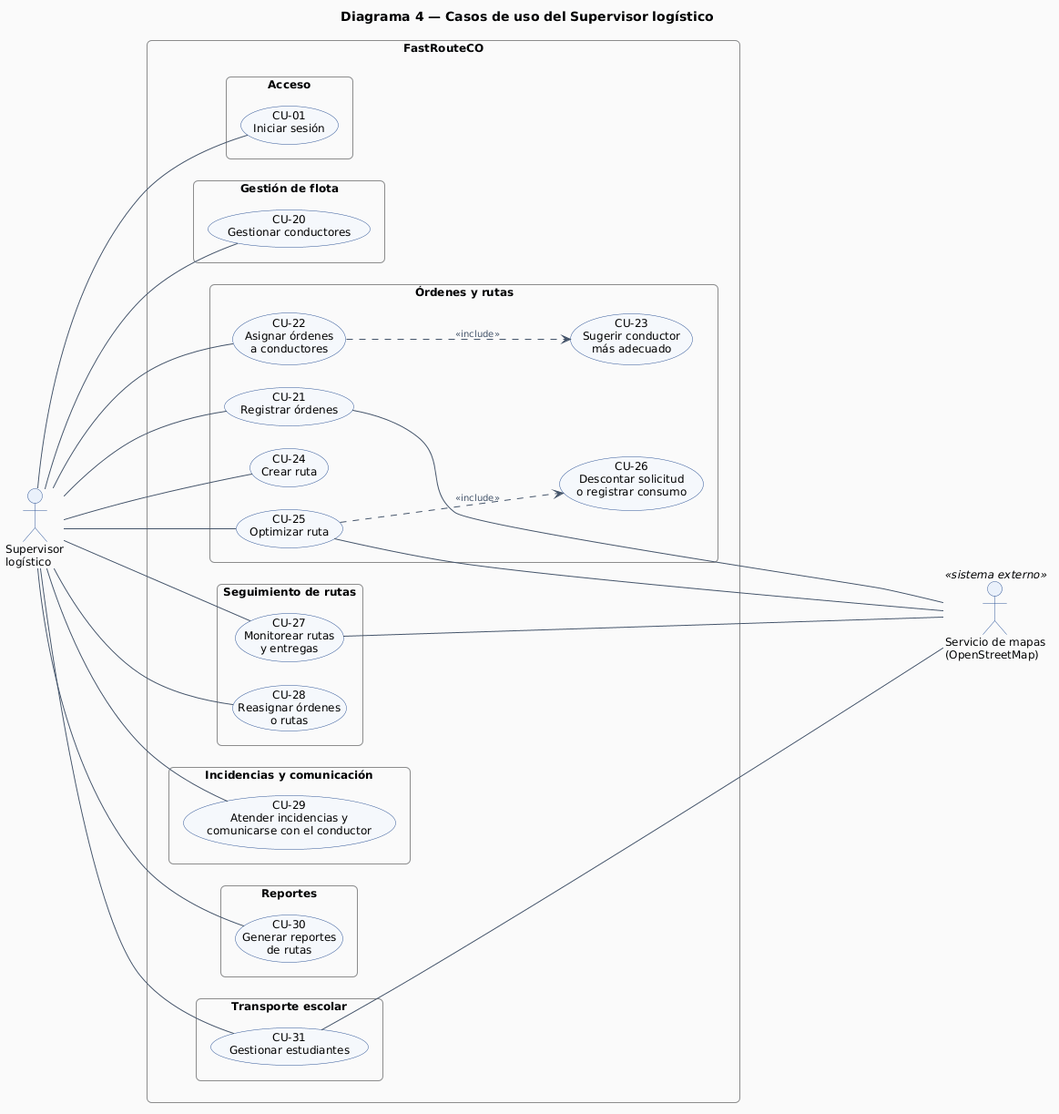
The PlantUML diagram docs/casos-de-uso/supervisor-logistico.png in JuanBallares03/Electiva-CPC, before a commit.
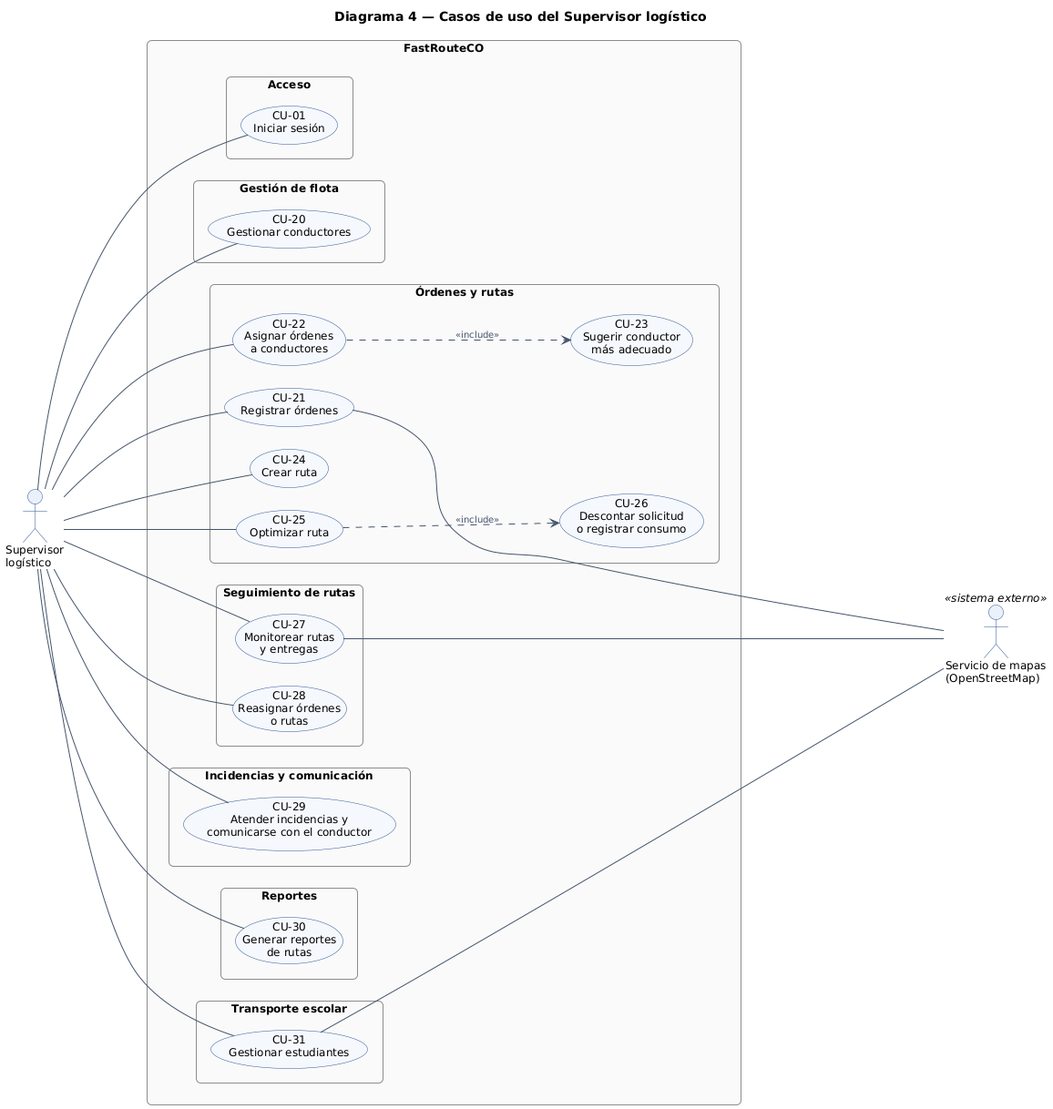
The same file after the commit.

Commit message:
docs(use-cases): remove map service from CU-25 and add CU-39 extend to CU-34

Change to the diagram source:
```diff
@@ -1,4 +1,4 @@
-@startuml
+@startuml d4_supervisor
 left to right direction
 skinparam backgroundColor white
 skinparam defaultFontName Arial
@@ -84,7 +84,6 @@
 CU25 ..> CU26 : <<include>>
 
 CU21 ---- Mapas
-CU25 ---- Mapas
 CU27 ---- Mapas
 CU31 ---- Mapas
 @enduml
```
